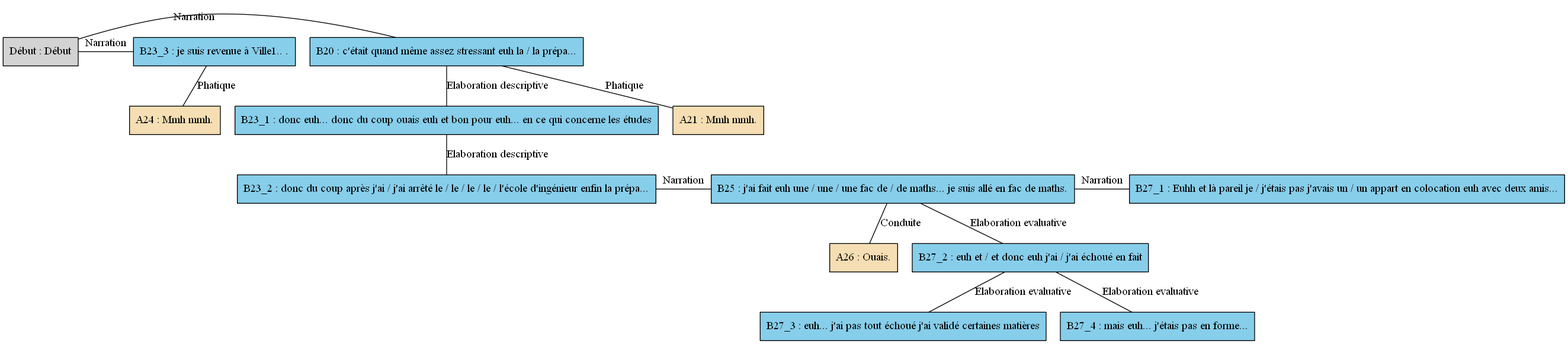
The Graphviz diagram arbres/Nord/Nord_-_A10.gv.png in AlaixComet/AnnotationSlamPTut, before a commit. Its source is kept beside it as arbres/Nord/Nord_-_A10.gv.
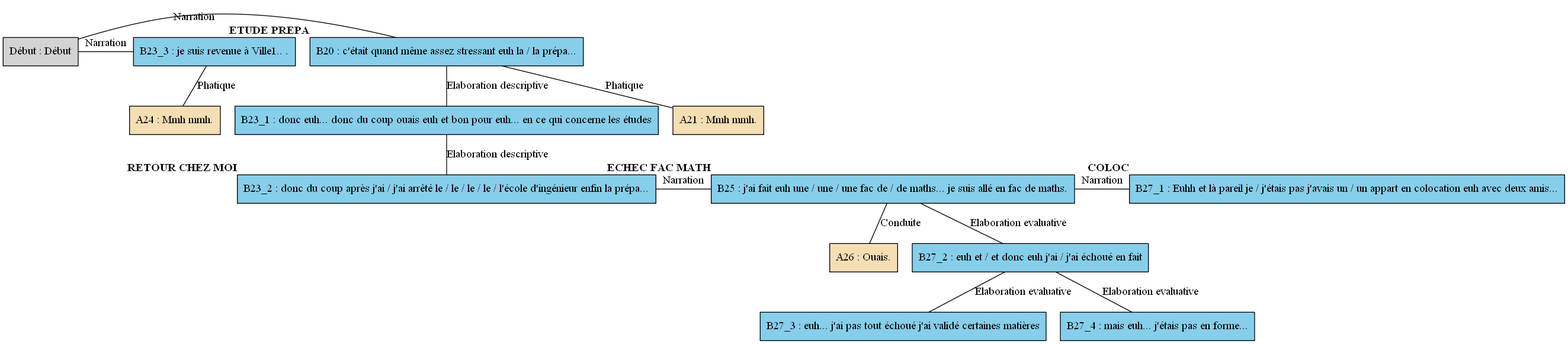
The same file after the commit.

Change to the diagram source:
```diff
@@ -1,18 +1,18 @@
 digraph A10 {
 	node [shape=box style=filled]
-	"Début" [label="Début : Début"]
-	B20 [label="B20 : c'était quand même assez stressant euh la / la prépa..." fillcolor=skyblue]
-	A21 [label="A21 : Mmh mmh." fillcolor=wheat]
-	B23_1 [label="B23_1 : donc euh... donc du coup ouais euh et bon pour euh... en ce qui concerne les études" fillcolor=skyblue]
-	B23_2 [label="B23_2 : donc du coup après j'ai / j'ai arrêté le / le / le / le / l'école d'ingénieur enfin la prépa..." fillcolor=skyblue]
-	B23_3 [label="B23_3 : je suis revenue à Ville1.. ." fillcolor=skyblue]
-	A24 [label="A24 : Mmh mmh." fillcolor=wheat]
-	B25 [label="B25 : j'ai fait euh une / une / une fac de / de maths... je suis allé en fac de maths." fillcolor=skyblue]
-	A26 [label="A26 : Ouais." fillcolor=wheat]
-	B27_1 [label="B27_1 : Euhh et là pareil je / j'étais pas j'avais un / un appart en colocation euh avec deux amis..." fillcolor=skyblue]
-	B27_2 [label="B27_2 : euh et / et donc euh j'ai / j'ai échoué en fait" fillcolor=skyblue]
-	B27_3 [label="B27_3 : euh... j'ai pas tout échoué j'ai validé certaines matières" fillcolor=skyblue]
-	B27_4 [label="B27_4 : mais euh... j'étais pas en forme..." fillcolor=skyblue]
+	"Début" [label="Début : Début" xlabel=""]
+	B20 [label="B20 : c'était quand même assez stressant euh la / la prépa..." fillcolor=skyblue xlabel=<<B>ETUDE PREPA</B>>]
+	A21 [label="A21 : Mmh mmh." fillcolor=wheat xlabel=""]
+	B23_1 [label="B23_1 : donc euh... donc du coup ouais euh et bon pour euh... en ce qui concerne les études" fillcolor=skyblue xlabel=""]
+	B23_2 [label="B23_2 : donc du coup après j'ai / j'ai arrêté le / le / le / le / l'école d'ingénieur enfin la prépa..." fillcolor=skyblue xlabel=<<B>RETOUR CHEZ MOI</B>>]
+	B23_3 [label="B23_3 : je suis revenue à Ville1.. ." fillcolor=skyblue xlabel=""]
+	A24 [label="A24 : Mmh mmh." fillcolor=wheat xlabel=""]
+	B25 [label="B25 : j'ai fait euh une / une / une fac de / de maths... je suis allé en fac de maths." fillcolor=skyblue xlabel=<<B>ECHEC FAC MATH</B>>]
+	A26 [label="A26 : Ouais." fillcolor=wheat xlabel=""]
+	B27_1 [label="B27_1 : Euhh et là pareil je / j'étais pas j'avais un / un appart en colocation euh avec deux amis..." fillcolor=skyblue xlabel=<<B>COLOC</B>>]
+	B27_2 [label="B27_2 : euh et / et donc euh j'ai / j'ai échoué en fait" fillcolor=skyblue xlabel=""]
+	B27_3 [label="B27_3 : euh... j'ai pas tout échoué j'ai validé certaines matières" fillcolor=skyblue xlabel=""]
+	B27_4 [label="B27_4 : mais euh... j'étais pas en forme..." fillcolor=skyblue xlabel=""]
 	{
 		rank=same
 		"Début"
```
